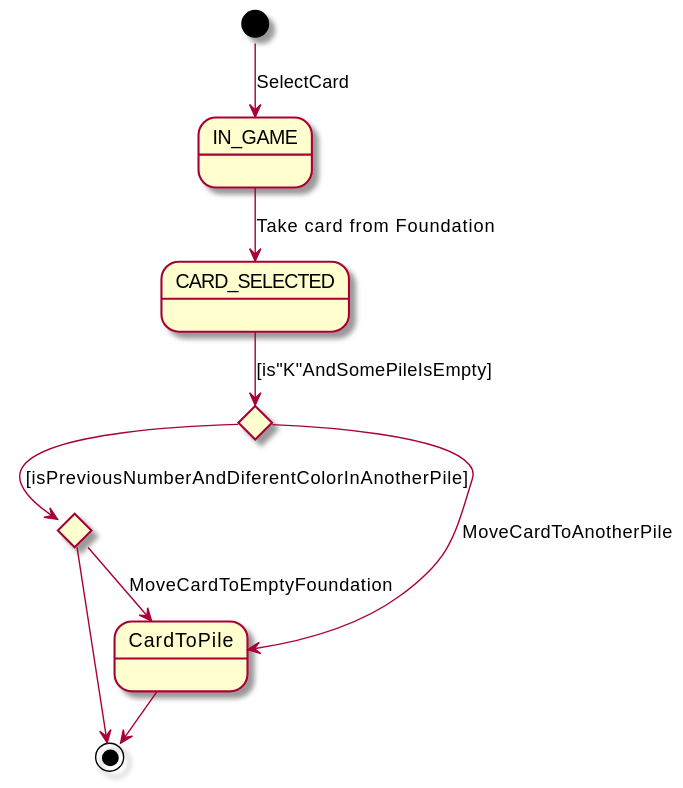
Earlier version of the PlantUML export out/2 Modelo de vistas de caso de uso/Diagrama de caso de uso - FoundationToPileMove/UseCaseFoundationtoPileMove.svg (AngelOS95P/Maestria_IngSoftware_grupo6). The source it was exported from:
```plantuml
@startuml UseCaseFoundationtoPileMove
!pragma layout smetana
state IN_GAME
state CARD_SELECTED
state if <<choice>>
state if2 <<choice>>

state CardToPile

[*] --> IN_GAME: SelectCard
IN_GAME --> CARD_SELECTED: Take card from Foundation
CARD_SELECTED --> if: [is"K"AndSomePileIsEmpty]
if --> if2:[isPreviousNumberAndDiferentColorInAnotherPile]
if --> CardToPile: MoveCardToAnotherPile
if2 --> CardToPile: MoveCardToEmptyFoundation
if2 --> [*]

CardToPile--> [*]

@enduml
```
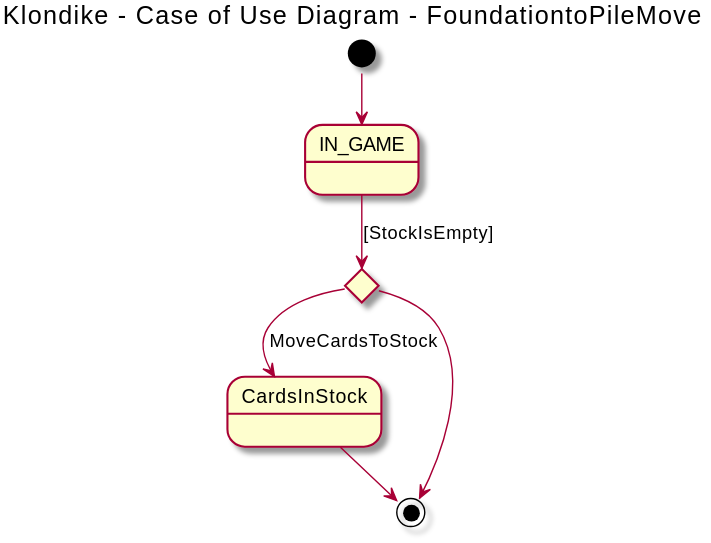
The same file after the commit.

Change to the diagram source:
```diff
@@ -1,20 +1,19 @@
 @startuml UseCaseFoundationtoPileMove
 !pragma layout smetana
+title Klondike  - Case of Use Diagram - FoundationtoPileMove
 state IN_GAME
-state CARD_SELECTED
+
 state if <<choice>>
-state if2 <<choice>>
 
-state CardToPile
 
-[*] --> IN_GAME: SelectCard
-IN_GAME --> CARD_SELECTED: Take card from Foundation
-CARD_SELECTED --> if: [is"K"AndSomePileIsEmpty]
-if --> if2:[isPreviousNumberAndDiferentColorInAnotherPile]
-if --> CardToPile: MoveCardToAnotherPile
-if2 --> CardToPile: MoveCardToEmptyFoundation
-if2 --> [*]
+state CardsInStock
 
-CardToPile--> [*]
+[*] --> IN_GAME
+IN_GAME --> if: [StockIsEmpty]
+if --> CardsInStock: MoveCardsToStock
+
+if --> [*]
+
+CardsInStock--> [*]
 
 @enduml
```
